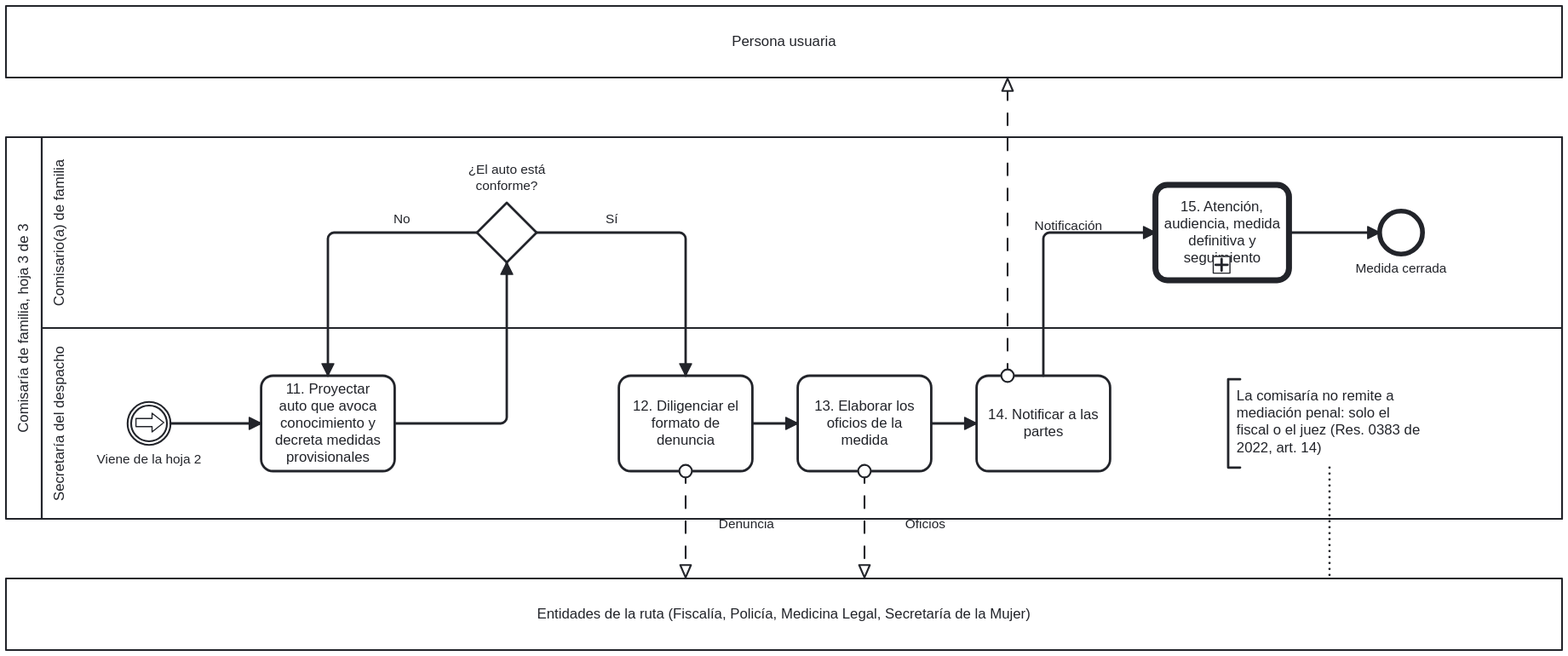
fsotosa-ops/justicia-restaurativa keeps this BPMN diagram as figuras/comisaria-3.svg. Above is the earlier version. Its source is kept beside it as procesos/comisaria-3.bpmn. Ids are renumbered. Its diagram source:
```xml
<bpmn:definitions xmlns:bpmn="http://www.omg.org/spec/BPMN/20100524/MODEL" xmlns:bpmndi="http://www.omg.org/spec/BPMN/20100524/DI" xmlns:dc="http://www.omg.org/spec/DD/20100524/DC" xmlns:di="http://www.omg.org/spec/DD/20100524/DI" xmlns:bioc="http://bpmn.io/schema/bpmn/biocolor/1.0" xmlns:color="http://www.omg.org/spec/BPMN/non-normative/color/1.0" id="def_p_comisaria_3" targetNamespace="https://github.com/fsotosa-ops/justicia-restaurativa" exporter="justicia-restaurativa/mapa/procesos/bpmn.py" exporterVersion="1">
  <bpmn:collaboration id="col_p_comisaria_3">
    <bpmn:participant id="pool_p_comisaria_3" name="Comisaría de familia, hoja 3 de 3" processRef="p_comisaria_3"/>
    <bpmn:participant id="persona" name="Persona usuaria"/>
    <bpmn:participant id="entidades" name="Entidades de la ruta (Fiscalía, Policía, Medicina Legal, Secretaría de la Mujer)"/>
    <bpmn:messageFlow id="mf0" sourceRef="t12" targetRef="entidades" name="Denuncia"/>
    <bpmn:messageFlow id="mf1" sourceRef="t13" targetRef="entidades" name="Oficios"/>
    <bpmn:messageFlow id="mf2" sourceRef="t14" targetRef="persona" name="Notificación"/>
    <bpmn:association id="asoc0" sourceRef="n_med" targetRef="entidades"/>
  </bpmn:collaboration>
  <bpmn:process id="p_comisaria_3" name="Comisaría de familia, hoja 3 de 3" isExecutable="false">
    <bpmn:laneSet id="ls_p_comisaria_3">
      <bpmn:lane id="lane_com" name="Comisario(a) de familia">
        <bpmn:flowNodeRef>g2</bpmn:flowNodeRef>
        <bpmn:flowNodeRef>sp</bpmn:flowNodeRef>
        <bpmn:flowNodeRef>fin</bpmn:flowNodeRef>
      </bpmn:lane>
      <bpmn:lane id="lane_sec" name="Secretaría del despacho">
        <bpmn:flowNodeRef>de_hoja2</bpmn:flowNodeRef>
        <bpmn:flowNodeRef>t11</bpmn:flowNodeRef>
        <bpmn:flowNodeRef>t12</bpmn:flowNodeRef>
        <bpmn:flowNodeRef>t13</bpmn:flowNodeRef>
        <bpmn:flowNodeRef>t14</bpmn:flowNodeRef>
      </bpmn:lane>
    </bpmn:laneSet>
    <bpmn:intermediateCatchEvent id="de_hoja2" name="Viene de la hoja 2">
      <bpmn:outgoing>f0</bpmn:outgoing>
      <bpmn:linkEventDefinition id="led_de_hoja2" name="Medidas provisionales"/>
    </bpmn:intermediateCatchEvent>
    <bpmn:task id="t11" name="11. Proyectar auto que avoca conocimiento y decreta medidas provisionales">
      <bpmn:documentation>Fuente: MinJusticia (2022), Tomo V, fase 2, act. 1, p. 23</bpmn:documentation>
      <bpmn:incoming>f0</bpmn:incoming>
      <bpmn:incoming>f2</bpmn:incoming>
      <bpmn:outgoing>f1</bpmn:outgoing>
    </bpmn:task>
    <bpmn:exclusiveGateway id="g2" name="¿El auto está conforme?">
      <bpmn:incoming>f1</bpmn:incoming>
      <bpmn:outgoing>f2</bpmn:outgoing>
      <bpmn:outgoing>f3</bpmn:outgoing>
    </bpmn:exclusiveGateway>
    <bpmn:task id="t12" name="12. Diligenciar el formato de denuncia">
      <bpmn:documentation>Fuente: MinJusticia (2022), Tomo V, fase 2, act. 4, p. 24</bpmn:documentation>
      <bpmn:incoming>f3</bpmn:incoming>
      <bpmn:outgoing>f4</bpmn:outgoing>
    </bpmn:task>
    <bpmn:task id="t13" name="13. Elaborar los oficios de la medida">
      <bpmn:documentation>Fuente: MinJusticia (2022), Tomo V, fase 2, act. 5, p. 24</bpmn:documentation>
      <bpmn:incoming>f4</bpmn:incoming>
      <bpmn:outgoing>f5</bpmn:outgoing>
    </bpmn:task>
    <bpmn:task id="t14" name="14. Notificar a las partes">
      <bpmn:documentation>Fuente: MinJusticia (2022), Tomo V, fase 2, act. 7 y 8, p. 24</bpmn:documentation>
      <bpmn:incoming>f5</bpmn:incoming>
      <bpmn:outgoing>f6</bpmn:outgoing>
    </bpmn:task>
    <bpmn:callActivity id="sp" name="15. Atención, audiencia, medida definitiva y seguimiento">
      <bpmn:documentation>Fuente: MinJusticia (2022), Tomo V, fases 3 a 8, desde p. 26</bpmn:documentation>
      <bpmn:incoming>f6</bpmn:incoming>
      <bpmn:outgoing>f7</bpmn:outgoing>
    </bpmn:callActivity>
    <bpmn:endEvent id="fin" name="Medida cerrada">
      <bpmn:incoming>f7</bpmn:incoming>
    </bpmn:endEvent>
    <bpmn:textAnnotation id="n_med"><bpmn:text>La comisaría no remite a mediación penal: solo el fiscal o el juez (Res. 0383 de 2022, art. 14)</bpmn:text></bpmn:textAnnotation>
    <bpmn:sequenceFlow id="f0" sourceRef="de_hoja2" targetRef="t11"/>
    <bpmn:sequenceFlow id="f1" sourceRef="t11" targetRef="g2"/>
    <bpmn:sequenceFlow id="f2" sourceRef="g2" targetRef="t11" name="No"/>
    <bpmn:sequenceFlow id="f3" sourceRef="g2" targetRef="t12" name="Sí"/>
    <bpmn:sequenceFlow id="f4" sourceRef="t12" targetRef="t13"/>
    <bpmn:sequenceFlow id="f5" sourceRef="t13" targetRef="t14"/>
    <bpmn:sequenceFlow id="f6" sourceRef="t14" targetRef="sp"/>
    <bpmn:sequenceFlow id="f7" sourceRef="sp" targetRef="fin"/>
  </bpmn:process>
  <bpmndi:BPMNDiagram id="dia_p_comisaria_3">
    <bpmndi:BPMNPlane id="pl_p_comisaria_3" bpmnElement="col_p_comisaria_3">
      <bpmndi:BPMNShape id="s_pool" bpmnElement="pool_p_comisaria_3" isHorizontal="true"><dc:Bounds x="0" y="110" width="1305" height="320"/></bpmndi:BPMNShape>
      <bpmndi:BPMNShape id="s_persona" bpmnElement="persona" isHorizontal="true"><dc:Bounds x="0" y="0" width="1305" height="60"/></bpmndi:BPMNShape>
      <bpmndi:BPMNShape id="s_entidades" bpmnElement="entidades" isHorizontal="true"><dc:Bounds x="0" y="480" width="1305" height="60"/></bpmndi:BPMNShape>
      <bpmndi:BPMNShape id="s_lane_com" bpmnElement="lane_com" isHorizontal="true"><dc:Bounds x="30" y="110" width="1275" height="160"/></bpmndi:BPMNShape>
      <bpmndi:BPMNShape id="s_lane_sec" bpmnElement="lane_sec" isHorizontal="true"><dc:Bounds x="30" y="270" width="1275" height="160"/></bpmndi:BPMNShape>
      <bpmndi:BPMNShape id="s_de_hoja2" bpmnElement="de_hoja2"><dc:Bounds x="102" y="332" width="36" height="36"/>
        <bpmndi:BPMNLabel><dc:Bounds x="65" y="374" width="110" height="28"/></bpmndi:BPMNLabel>
      </bpmndi:BPMNShape>
      <bpmndi:BPMNShape id="s_t11" bpmnElement="t11"><dc:Bounds x="214" y="310" width="112" height="80"/>
      </bpmndi:BPMNShape>
      <bpmndi:BPMNShape id="s_g2" bpmnElement="g2"><dc:Bounds x="395" y="165" width="50" height="50"/>
        <bpmndi:BPMNLabel><dc:Bounds x="365" y="131" width="110" height="28"/></bpmndi:BPMNLabel>
      </bpmndi:BPMNShape>
      <bpmndi:BPMNShape id="s_t12" bpmnElement="t12"><dc:Bounds x="514" y="310" width="112" height="80"/>
      </bpmndi:BPMNShape>
      <bpmndi:BPMNShape id="s_t13" bpmnElement="t13"><dc:Bounds x="664" y="310" width="112" height="80"/>
      </bpmndi:BPMNShape>
      <bpmndi:BPMNShape id="s_t14" bpmnElement="t14"><dc:Bounds x="814" y="310" width="112" height="80"/>
      </bpmndi:BPMNShape>
      <bpmndi:BPMNShape id="s_sp" bpmnElement="sp"><dc:Bounds x="964" y="150" width="112" height="80"/>
      </bpmndi:BPMNShape>
      <bpmndi:BPMNShape id="s_fin" bpmnElement="fin"><dc:Bounds x="1152" y="172" width="36" height="36"/>
        <bpmndi:BPMNLabel><dc:Bounds x="1115" y="214" width="110" height="28"/></bpmndi:BPMNLabel>
      </bpmndi:BPMNShape>
      <bpmndi:BPMNShape id="s_n_med" bpmnElement="n_med"><dc:Bounds x="1025" y="313" width="170" height="74"/>
      </bpmndi:BPMNShape>
      <bpmndi:BPMNEdge id="e_f0" bpmnElement="f0"><di:waypoint x="138" y="350"/><di:waypoint x="214" y="350"/></bpmndi:BPMNEdge>
      <bpmndi:BPMNEdge id="e_f1" bpmnElement="f1"><di:waypoint x="326" y="350"/><di:waypoint x="420" y="350"/><di:waypoint x="420" y="215"/></bpmndi:BPMNEdge>
      <bpmndi:BPMNEdge id="e_f2" bpmnElement="f2"><di:waypoint x="395" y="190"/><di:waypoint x="270" y="190"/><di:waypoint x="270" y="310"/><bpmndi:BPMNLabel><dc:Bounds x="302" y="172" width="60" height="14"/></bpmndi:BPMNLabel></bpmndi:BPMNEdge>
      <bpmndi:BPMNEdge id="e_f3" bpmnElement="f3"><di:waypoint x="445" y="190"/><di:waypoint x="570" y="190"/><di:waypoint x="570" y="310"/><bpmndi:BPMNLabel><dc:Bounds x="478" y="172" width="60" height="14"/></bpmndi:BPMNLabel></bpmndi:BPMNEdge>
      <bpmndi:BPMNEdge id="e_f4" bpmnElement="f4"><di:waypoint x="626" y="350"/><di:waypoint x="664" y="350"/></bpmndi:BPMNEdge>
      <bpmndi:BPMNEdge id="e_f5" bpmnElement="f5"><di:waypoint x="776" y="350"/><di:waypoint x="814" y="350"/></bpmndi:BPMNEdge>
      <bpmndi:BPMNEdge id="e_f6" bpmnElement="f6"><di:waypoint x="870" y="310"/><di:waypoint x="870" y="190"/><di:waypoint x="964" y="190"/></bpmndi:BPMNEdge>
      <bpmndi:BPMNEdge id="e_f7" bpmnElement="f7"><di:waypoint x="1076" y="190"/><di:waypoint x="1152" y="190"/></bpmndi:BPMNEdge>
      <bpmndi:BPMNEdge id="e_mf0" bpmnElement="mf0"><di:waypoint x="570" y="390"/><di:waypoint x="570" y="480"/><bpmndi:BPMNLabel><dc:Bounds x="576" y="428" width="90" height="14"/></bpmndi:BPMNLabel></bpmndi:BPMNEdge>
      <bpmndi:BPMNEdge id="e_mf1" bpmnElement="mf1"><di:waypoint x="720" y="390"/><di:waypoint x="720" y="480"/><bpmndi:BPMNLabel><dc:Bounds x="726" y="428" width="90" height="14"/></bpmndi:BPMNLabel></bpmndi:BPMNEdge>
      <bpmndi:BPMNEdge id="e_mf2" bpmnElement="mf2"><di:waypoint x="840" y="310"/><di:waypoint x="840" y="60"/><bpmndi:BPMNLabel><dc:Bounds x="846" y="178" width="90" height="14"/></bpmndi:BPMNLabel></bpmndi:BPMNEdge>
      <bpmndi:BPMNEdge id="e_asoc0" bpmnElement="asoc0"><di:waypoint x="1110" y="387"/><di:waypoint x="1110" y="480"/></bpmndi:BPMNEdge>
    </bpmndi:BPMNPlane>
  </bpmndi:BPMNDiagram>
</bpmn:definitions>
```
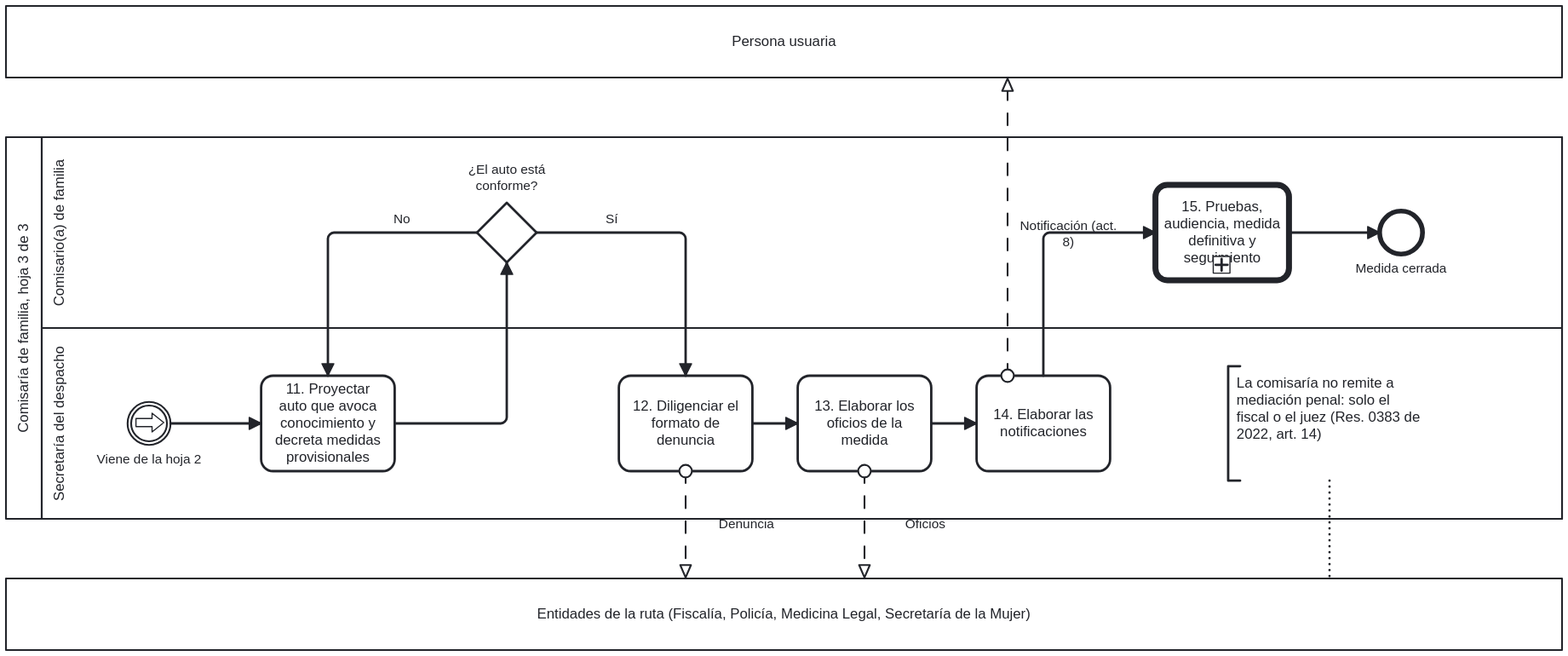
Above is the later version.

Change to the diagram source:
```diff
@@ -5,7 +5,7 @@
     <bpmn:participant id="entidades" name="Entidades de la ruta (Fiscalía, Policía, Medicina Legal, Secretaría de la Mujer)"/>
     <bpmn:messageFlow id="mf0" sourceRef="t12" targetRef="entidades" name="Denuncia"/>
     <bpmn:messageFlow id="mf1" sourceRef="t13" targetRef="entidades" name="Oficios"/>
-    <bpmn:messageFlow id="mf2" sourceRef="t14" targetRef="persona" name="Notificación"/>
+    <bpmn:messageFlow id="mf2" sourceRef="t14" targetRef="persona" name="Notificación (act. 8)"/>
     <bpmn:association id="asoc0" sourceRef="n_med" targetRef="entidades"/>
   </bpmn:collaboration>
   <bpmn:process id="p_comisaria_3" name="Comisaría de familia, hoja 3 de 3" isExecutable="false">
@@ -28,7 +28,7 @@
       <bpmn:linkEventDefinition id="led_de_hoja2" name="Medidas provisionales"/>
     </bpmn:intermediateCatchEvent>
     <bpmn:task id="t11" name="11. Proyectar auto que avoca conocimiento y decreta medidas provisionales">
-      <bpmn:documentation>Fuente: MinJusticia (2022), Tomo V, fase 2, act. 1, p. 23</bpmn:documentation>
+      <bpmn:documentation>Fuente: MinJusticia y PNUD (2022), Tomo V, fase 2, act. 1, p. 23</bpmn:documentation>
       <bpmn:incoming>f0</bpmn:incoming>
       <bpmn:incoming>f2</bpmn:incoming>
       <bpmn:outgoing>f1</bpmn:outgoing>
@@ -39,22 +39,22 @@
       <bpmn:outgoing>f3</bpmn:outgoing>
     </bpmn:exclusiveGateway>
     <bpmn:task id="t12" name="12. Diligenciar el formato de denuncia">
-      <bpmn:documentation>Fuente: MinJusticia (2022), Tomo V, fase 2, act. 4, p. 24</bpmn:documentation>
+      <bpmn:documentation>Fuente: MinJusticia y PNUD (2022), Tomo V, fase 2, act. 4, p. 24</bpmn:documentation>
       <bpmn:incoming>f3</bpmn:incoming>
       <bpmn:outgoing>f4</bpmn:outgoing>
     </bpmn:task>
     <bpmn:task id="t13" name="13. Elaborar los oficios de la medida">
-      <bpmn:documentation>Fuente: MinJusticia (2022), Tomo V, fase 2, act. 5, p. 24</bpmn:documentation>
+      <bpmn:documentation>Fuente: MinJusticia y PNUD (2022), Tomo V, fase 2, act. 5, p. 24</bpmn:documentation>
       <bpmn:incoming>f4</bpmn:incoming>
       <bpmn:outgoing>f5</bpmn:outgoing>
     </bpmn:task>
-    <bpmn:task id="t14" name="14. Notificar a las partes">
-      <bpmn:documentation>Fuente: MinJusticia (2022), Tomo V, fase 2, act. 7 y 8, p. 24</bpmn:documentation>
+    <bpmn:task id="t14" name="14. Elaborar las notificaciones">
+      <bpmn:documentation>Fuente: MinJusticia y PNUD (2022), Tomo V, fase 2, act. 7, p. 24</bpmn:documentation>
       <bpmn:incoming>f5</bpmn:incoming>
       <bpmn:outgoing>f6</bpmn:outgoing>
     </bpmn:task>
-    <bpmn:callActivity id="sp" name="15. Atención, audiencia, medida definitiva y seguimiento">
-      <bpmn:documentation>Fuente: MinJusticia (2022), Tomo V, fases 3 a 8, desde p. 26</bpmn:documentation>
+    <bpmn:callActivity id="sp" name="15. Pruebas, audiencia, medida definitiva y seguimiento">
+      <bpmn:documentation>Fuente: MinJusticia y PNUD (2022), Tomo V, fase 2 (acts. 9 a 19) y fases 3 a 8, desde p. 24</bpmn:documentation>
       <bpmn:incoming>f6</bpmn:incoming>
       <bpmn:outgoing>f7</bpmn:outgoing>
     </bpmn:callActivity>
@@ -97,7 +97,7 @@
       <bpmndi:BPMNShape id="s_fin" bpmnElement="fin"><dc:Bounds x="1152" y="172" width="36" height="36"/>
         <bpmndi:BPMNLabel><dc:Bounds x="1115" y="214" width="110" height="28"/></bpmndi:BPMNLabel>
       </bpmndi:BPMNShape>
-      <bpmndi:BPMNShape id="s_n_med" bpmnElement="n_med"><dc:Bounds x="1025" y="313" width="170" height="74"/>
+      <bpmndi:BPMNShape id="s_n_med" bpmnElement="n_med"><dc:Bounds x="1025" y="302" width="170" height="96"/>
       </bpmndi:BPMNShape>
       <bpmndi:BPMNEdge id="e_f0" bpmnElement="f0"><di:waypoint x="138" y="350"/><di:waypoint x="214" y="350"/></bpmndi:BPMNEdge>
       <bpmndi:BPMNEdge id="e_f1" bpmnElement="f1"><di:waypoint x="326" y="350"/><di:waypoint x="420" y="350"/><di:waypoint x="420" y="215"/></bpmndi:BPMNEdge>
@@ -110,7 +110,7 @@
       <bpmndi:BPMNEdge id="e_mf0" bpmnElement="mf0"><di:waypoint x="570" y="390"/><di:waypoint x="570" y="480"/><bpmndi:BPMNLabel><dc:Bounds x="576" y="428" width="90" height="14"/></bpmndi:BPMNLabel></bpmndi:BPMNEdge>
       <bpmndi:BPMNEdge id="e_mf1" bpmnElement="mf1"><di:waypoint x="720" y="390"/><di:waypoint x="720" y="480"/><bpmndi:BPMNLabel><dc:Bounds x="726" y="428" width="90" height="14"/></bpmndi:BPMNLabel></bpmndi:BPMNEdge>
       <bpmndi:BPMNEdge id="e_mf2" bpmnElement="mf2"><di:waypoint x="840" y="310"/><di:waypoint x="840" y="60"/><bpmndi:BPMNLabel><dc:Bounds x="846" y="178" width="90" height="14"/></bpmndi:BPMNLabel></bpmndi:BPMNEdge>
-      <bpmndi:BPMNEdge id="e_asoc0" bpmnElement="asoc0"><di:waypoint x="1110" y="387"/><di:waypoint x="1110" y="480"/></bpmndi:BPMNEdge>
+      <bpmndi:BPMNEdge id="e_asoc0" bpmnElement="asoc0"><di:waypoint x="1110" y="398"/><di:waypoint x="1110" y="480"/></bpmndi:BPMNEdge>
     </bpmndi:BPMNPlane>
   </bpmndi:BPMNDiagram>
 </bpmn:definitions>
```
